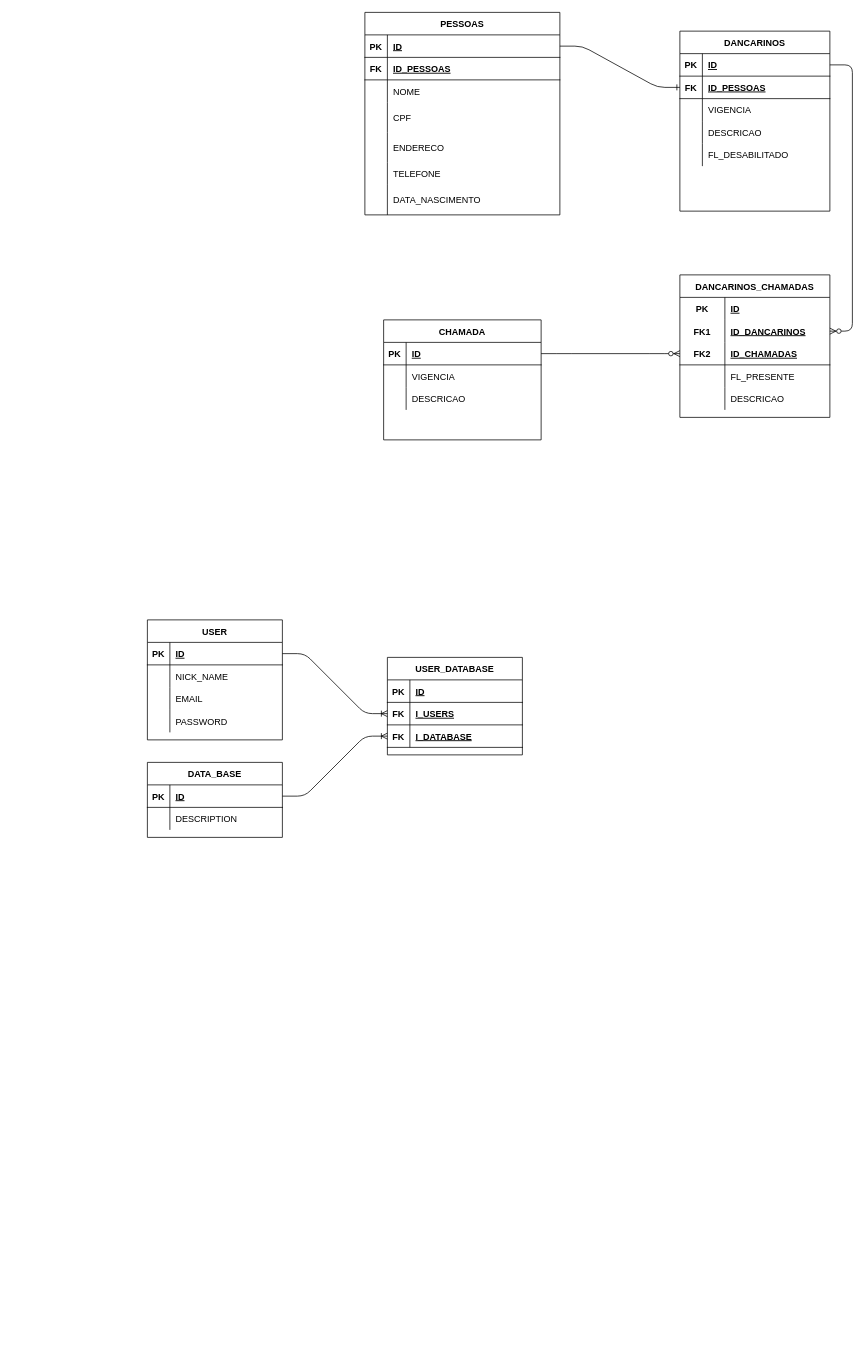
Before: public/SOLUÇÕESWEB.drawio in joseMarciano/valsugana-api, a draw.io diagram. Source tidied: cells renumbered, new cells numbered last; positions are measured from the earlier drawing's top-left corner, leaving out a move shared by most shapes. Both pictures are drawn from the tidied source at 75%, with x=0, y=0 at pixel (147, 12).
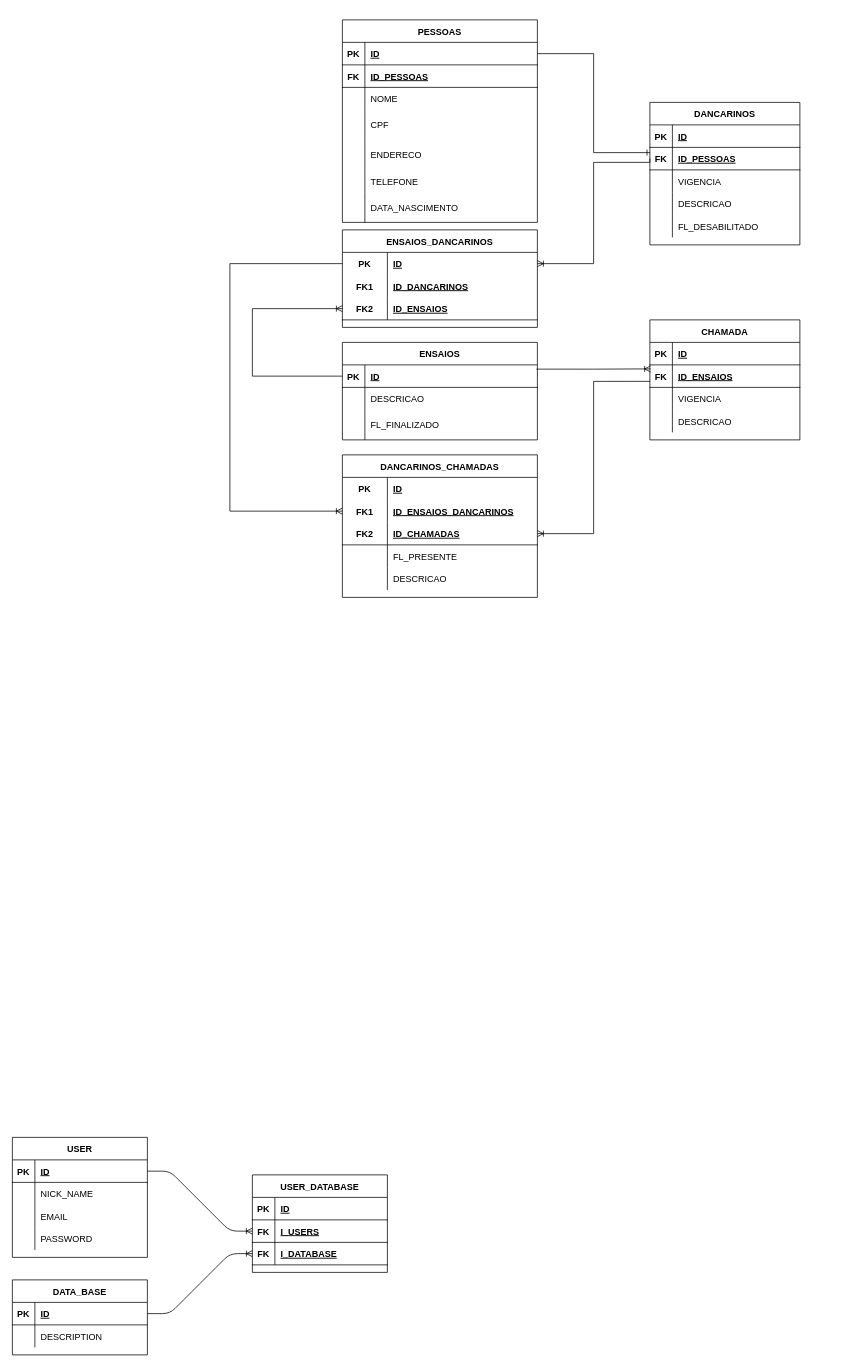
After the change.

The change refers to these unchanged cells:
```xml
<mxCell id="3" style="shape=partialRectangle;fillColor=none;top=0;left=0;bottom=1;right=0;points=[[0,0.5],[1,0.5]];portConstraint=eastwest;" parent="2" vertex="1">
  <mxGeometry y="30" width="260" height="30" as="geometry" />
</mxCell>
<mxCell id="25" style="shape=partialRectangle;fillColor=none;top=0;left=0;bottom=1;right=0;points=[[0,0.5],[1,0.5]];portConstraint=eastwest;" parent="24" vertex="1">
  <mxGeometry y="30" width="200" height="30" as="geometry" />
</mxCell>
<mxCell id="28" style="shape=partialRectangle;fillColor=none;top=0;left=0;bottom=1;right=0;points=[[0,0.5],[1,0.5]];portConstraint=eastwest;" parent="24" vertex="1">
  <mxGeometry y="60" width="200" height="30" as="geometry" />
</mxCell>
```

Change to the diagram source:
```diff
@@
     <mxCell id="2" value="PESSOAS" style="shape=table;startSize=30;childLayout=tableLayout;rowLines=0;fontStyle=1;align=center;" parent="1" vertex="1">
-      <mxGeometry x="290" width="260" height="270" as="geometry" />
+      <mxGeometry x="260" y="10" width="260" height="270" as="geometry" />
     </mxCell>
@@
     <mxCell id="24" value="DANCARINOS" style="shape=table;startSize=30;childLayout=tableLayout;rowLines=0;fontStyle=1;align=center;" parent="1" vertex="1">
-      <mxGeometry x="710" y="25" width="200" height="240" as="geometry" />
+      <mxGeometry x="670" y="120" width="200" height="190" as="geometry" />
     </mxCell>
@@
-    <mxCell id="40" style="edgeStyle=entityRelationEdgeStyle;fontSize=12;html=1;endArrow=ERone;endFill=1;exitX=1;exitY=0.5;exitDx=0;exitDy=0;entryX=0;entryY=0.5;entryDx=0;entryDy=0;" parent="1" edge="1" source="3" target="28">
+    <mxCell id="40" style="edgeStyle=orthogonalEdgeStyle;fontSize=12;html=1;endArrow=ERone;endFill=1;exitX=1;exitY=0.5;exitDx=0;exitDy=0;entryX=0.001;entryY=0.233;entryDx=0;entryDy=0;rounded=0;entryPerimeter=0;" parent="1" edge="1" source="3" target="28">
       <mxGeometry relative="1" as="geometry" />
     </mxCell>
     <mxCell id="41" value="CHAMADA" style="shape=table;startSize=30;childLayout=tableLayout;rowLines=0;fontStyle=1;align=center;" parent="1" vertex="1">
-      <mxGeometry x="315" y="410" width="210" height="160" as="geometry" />
+      <mxGeometry x="670" y="410" width="200" height="160" as="geometry" />
     </mxCell>
     <mxCell id="42" style="shape=partialRectangle;fillColor=none;top=0;left=0;bottom=1;right=0;points=[[0,0.5],[1,0.5]];portConstraint=eastwest;" parent="41" vertex="1">
-      <mxGeometry y="30" width="210" height="30" as="geometry" />
+      <mxGeometry y="30" width="200" height="30" as="geometry" />
     </mxCell>
@@
     <mxCell id="44" value="ID" style="shape=partialRectangle;fillColor=none;top=0;left=0;bottom=0;right=0;align=left;spacingLeft=6;fontStyle=5;overflow=hidden;" parent="42" vertex="1">
-      <mxGeometry x="30" width="180" height="30" as="geometry" />
+      <mxGeometry x="30" width="170" height="30" as="geometry" />
     </mxCell>
+    <mxCell id="101" style="shape=partialRectangle;fillColor=none;top=0;left=0;bottom=1;right=0;points=[[0,0.5],[1,0.5]];portConstraint=eastwest;" parent="41" vertex="1">
+      <mxGeometry y="60" width="200" height="30" as="geometry" />
+    </mxCell>
+    <mxCell id="102" value="FK" style="shape=partialRectangle;fillColor=none;top=0;left=0;bottom=0;right=0;fontStyle=1;overflow=hidden;" parent="101" vertex="1">
+      <mxGeometry width="30" height="30" as="geometry" />
+    </mxCell>
+    <mxCell id="103" value="ID_ENSAIOS" style="shape=partialRectangle;fillColor=none;top=0;left=0;bottom=0;right=0;align=left;spacingLeft=6;fontStyle=5;overflow=hidden;" parent="101" vertex="1">
+      <mxGeometry x="30" width="170" height="30" as="geometry" />
+    </mxCell>
     <mxCell id="45" style="shape=partialRectangle;fillColor=none;top=0;left=0;bottom=0;right=0;" parent="41" vertex="1">
-      <mxGeometry y="60" width="210" height="30" as="geometry" />
+      <mxGeometry y="90" width="200" height="30" as="geometry" />
     </mxCell>
@@
     <mxCell id="47" value="VIGENCIA" style="shape=partialRectangle;fillColor=none;top=0;left=0;bottom=0;right=0;align=left;spacingLeft=6;overflow=hidden;" parent="45" vertex="1">
-      <mxGeometry x="30" width="180" height="30" as="geometry" />
+      <mxGeometry x="30" width="170" height="30" as="geometry" />
     </mxCell>
     <mxCell id="48" style="shape=partialRectangle;fillColor=none;top=0;left=0;bottom=0;right=0;" parent="41" vertex="1">
-      <mxGeometry y="90" width="210" height="30" as="geometry" />
+      <mxGeometry y="120" width="200" height="30" as="geometry" />
     </mxCell>
@@
     <mxCell id="50" value="DESCRICAO" style="shape=partialRectangle;fillColor=none;top=0;left=0;bottom=0;right=0;align=left;spacingLeft=6;overflow=hidden;" parent="48" vertex="1">
-      <mxGeometry x="30" width="180" height="30" as="geometry" />
+      <mxGeometry x="30" width="170" height="30" as="geometry" />
     </mxCell>
     <mxCell id="51" value="DANCARINOS_CHAMADAS" style="shape=table;startSize=30;childLayout=tableLayout;rowLines=0;fontStyle=1;align=center;" parent="1" vertex="1">
-      <mxGeometry x="710" y="350" width="200" height="190" as="geometry" />
+      <mxGeometry x="260" y="590" width="260" height="190" as="geometry" />
     </mxCell>
     <mxCell id="52" style="shape=partialRectangle;fillColor=none;top=0;left=0;bottom=0;right=0;" parent="51" vertex="1">
-      <mxGeometry y="30" width="200" height="30" as="geometry" />
+      <mxGeometry y="30" width="260" height="30" as="geometry" />
     </mxCell>
@@
     <mxCell id="54" value="ID" style="shape=partialRectangle;fillColor=none;top=0;left=0;bottom=0;right=0;align=left;spacingLeft=6;fontStyle=5;overflow=hidden;" parent="52" vertex="1">
-      <mxGeometry x="60" width="140" height="30" as="geometry" />
+      <mxGeometry x="60" width="200" height="30" as="geometry" />
     </mxCell>
     <mxCell id="55" style="shape=partialRectangle;fillColor=none;top=0;left=0;bottom=0;right=0;points=[[0,0.5],[1,0.5]];portConstraint=eastwest;" parent="51" vertex="1">
-      <mxGeometry y="60" width="200" height="30" as="geometry" />
+      <mxGeometry y="60" width="260" height="30" as="geometry" />
     </mxCell>
@@
-    <mxCell id="57" value="ID_DANCARINOS" style="shape=partialRectangle;fillColor=none;top=0;left=0;bottom=0;right=0;align=left;spacingLeft=6;fontStyle=5;overflow=hidden;" parent="55" vertex="1">
-      <mxGeometry x="60" width="140" height="30" as="geometry" />
+    <mxCell id="57" value="ID_ENSAIOS_DANCARINOS" style="shape=partialRectangle;fillColor=none;top=0;left=0;bottom=0;right=0;align=left;spacingLeft=6;fontStyle=5;overflow=hidden;" parent="55" vertex="1">
+      <mxGeometry x="60" width="200" height="30" as="geometry" />
     </mxCell>
     <mxCell id="58" style="shape=partialRectangle;fillColor=none;top=0;left=0;bottom=1;right=0;points=[[0,0.5],[1,0.5]];portConstraint=eastwest;" parent="51" vertex="1">
-      <mxGeometry y="90" width="200" height="30" as="geometry" />
+      <mxGeometry y="90" width="260" height="30" as="geometry" />
     </mxCell>
@@
     <mxCell id="60" value="ID_CHAMADAS" style="shape=partialRectangle;fillColor=none;top=0;left=0;bottom=0;right=0;align=left;spacingLeft=6;fontStyle=5;overflow=hidden;" parent="58" vertex="1">
-      <mxGeometry x="60" width="140" height="30" as="geometry" />
+      <mxGeometry x="60" width="200" height="30" as="geometry" />
     </mxCell>
     <mxCell id="61" style="shape=partialRectangle;fillColor=none;top=0;left=0;bottom=0;right=0;" parent="51" vertex="1">
-      <mxGeometry y="120" width="200" height="30" as="geometry" />
+      <mxGeometry y="120" width="260" height="30" as="geometry" />
     </mxCell>
@@
     <mxCell id="63" value="FL_PRESENTE" style="shape=partialRectangle;fillColor=none;top=0;left=0;bottom=0;right=0;align=left;spacingLeft=6;overflow=hidden;" parent="61" vertex="1">
-      <mxGeometry x="60" width="140" height="30" as="geometry" />
+      <mxGeometry x="60" width="200" height="30" as="geometry" />
     </mxCell>
     <mxCell id="64" style="shape=partialRectangle;fillColor=none;top=0;left=0;bottom=0;right=0;" parent="51" vertex="1">
-      <mxGeometry y="150" width="200" height="30" as="geometry" />
+      <mxGeometry y="150" width="260" height="30" as="geometry" />
     </mxCell>
@@
     <mxCell id="66" value="DESCRICAO" style="shape=partialRectangle;fillColor=none;top=0;left=0;bottom=0;right=0;align=left;spacingLeft=6;overflow=hidden;" parent="64" vertex="1">
-      <mxGeometry x="60" width="140" height="30" as="geometry" />
+      <mxGeometry x="60" width="200" height="30" as="geometry" />
     </mxCell>
-    <mxCell id="67" style="edgeStyle=entityRelationEdgeStyle;fontSize=12;html=1;endArrow=ERzeroToMany;endFill=1;exitX=1;exitY=0.5;exitDx=0;exitDy=0;" parent="1" edge="1" source="25" target="55">
-      <mxGeometry relative="1" as="geometry" />
-    </mxCell>
-    <mxCell id="68" style="edgeStyle=entityRelationEdgeStyle;fontSize=12;html=1;endArrow=ERzeroToMany;endFill=1;exitX=1;exitY=0.5;exitDx=0;exitDy=0;entryX=0;entryY=0.5;entryDx=0;entryDy=0;" parent="1" edge="1" source="42" target="58">
-      <mxGeometry relative="1" as="geometry" />
-    </mxCell>
     <mxCell id="69" value="USER" style="shape=table;startSize=30;childLayout=tableLayout;rowLines=0;fontStyle=1;align=center;" parent="1" vertex="1">
-      <mxGeometry y="810" width="180" height="160" as="geometry" />
+      <mxGeometry x="-180" y="1500" width="180" height="160" as="geometry" />
     </mxCell>
@@
     <mxCell id="82" value="DATA_BASE" style="shape=table;startSize=30;childLayout=tableLayout;rowLines=0;fontStyle=1;align=center;" parent="1" vertex="1">
-      <mxGeometry y="1000" width="180" height="100" as="geometry" />
+      <mxGeometry x="-180" y="1690" width="180" height="100" as="geometry" />
     </mxCell>
@@
     <mxCell id="89" value="USER_DATABASE" style="shape=table;startSize=30;childLayout=tableLayout;rowLines=0;fontStyle=1;align=center;" parent="1" vertex="1">
-      <mxGeometry x="320" y="860" width="180" height="130" as="geometry" />
+      <mxGeometry x="140" y="1550" width="180" height="130" as="geometry" />
     </mxCell>
@@
+    <mxCell id="104" value="ENSAIOS" style="shape=table;startSize=30;childLayout=tableLayout;rowLines=0;fontStyle=1;align=center;" parent="1" vertex="1">
+      <mxGeometry x="260" y="440" width="260" height="130" as="geometry" />
+    </mxCell>
+    <mxCell id="105" style="shape=partialRectangle;fillColor=none;top=0;left=0;bottom=1;right=0;points=[[0,0.5],[1,0.5]];portConstraint=eastwest;" parent="104" vertex="1">
+      <mxGeometry y="30" width="260" height="30" as="geometry" />
+    </mxCell>
+    <mxCell id="106" value="PK" style="shape=partialRectangle;fillColor=none;top=0;left=0;bottom=0;right=0;fontStyle=1;overflow=hidden;" parent="105" vertex="1">
+      <mxGeometry width="30" height="30" as="geometry" />
+    </mxCell>
+    <mxCell id="107" value="ID" style="shape=partialRectangle;fillColor=none;top=0;left=0;bottom=0;right=0;align=left;spacingLeft=6;fontStyle=5;overflow=hidden;" parent="105" vertex="1">
+      <mxGeometry x="30" width="230" height="30" as="geometry" />
+    </mxCell>
+    <mxCell id="108" style="shape=partialRectangle;fillColor=none;top=0;left=0;bottom=0;right=0;" parent="104" vertex="1">
+      <mxGeometry y="60" width="260" height="30" as="geometry" />
+    </mxCell>
+    <mxCell id="109" style="shape=partialRectangle;fillColor=none;top=0;left=0;bottom=0;right=0;overflow=hidden;" parent="108" vertex="1">
+      <mxGeometry width="30" height="30" as="geometry" />
+    </mxCell>
+    <mxCell id="110" value="DESCRICAO" style="shape=partialRectangle;fillColor=none;top=0;left=0;bottom=0;right=0;align=left;spacingLeft=6;overflow=hidden;" parent="108" vertex="1">
+      <mxGeometry x="30" width="230" height="30" as="geometry" />
+    </mxCell>
+    <mxCell id="111" style="shape=partialRectangle;fillColor=none;top=0;left=0;bottom=0;right=0;" parent="104" vertex="1">
+      <mxGeometry y="90" width="260" height="40" as="geometry" />
+    </mxCell>
+    <mxCell id="112" style="shape=partialRectangle;fillColor=none;top=0;left=0;bottom=0;right=0;overflow=hidden;" parent="111" vertex="1">
+      <mxGeometry width="30" height="40" as="geometry" />
+    </mxCell>
+    <mxCell id="113" value="FL_FINALIZADO" style="shape=partialRectangle;fillColor=none;top=0;left=0;bottom=0;right=0;align=left;spacingLeft=6;overflow=hidden;" parent="111" vertex="1">
+      <mxGeometry x="30" width="230" height="40" as="geometry" />
+    </mxCell>
+    <mxCell id="114" value="ENSAIOS_DANCARINOS" style="shape=table;startSize=30;childLayout=tableLayout;rowLines=0;fontStyle=1;align=center;" parent="1" vertex="1">
+      <mxGeometry x="260" y="290" width="260" height="130" as="geometry" />
+    </mxCell>
+    <mxCell id="115" style="shape=partialRectangle;fillColor=none;top=0;left=0;bottom=0;right=0;points=[[0,0.5],[1,0.5]];portConstraint=eastwest;" parent="114" vertex="1">
+      <mxGeometry y="30" width="260" height="30" as="geometry" />
+    </mxCell>
+    <mxCell id="116" value="PK" style="shape=partialRectangle;fillColor=none;top=0;left=0;bottom=0;right=0;fontStyle=1;overflow=hidden;" parent="115" vertex="1">
+      <mxGeometry width="60" height="30" as="geometry" />
+    </mxCell>
+    <mxCell id="117" value="ID" style="shape=partialRectangle;fillColor=none;top=0;left=0;bottom=0;right=0;align=left;spacingLeft=6;fontStyle=5;overflow=hidden;" parent="115" vertex="1">
+      <mxGeometry x="60" width="200" height="30" as="geometry" />
+    </mxCell>
+    <mxCell id="118" style="shape=partialRectangle;fillColor=none;top=0;left=0;bottom=0;right=0;" parent="114" vertex="1">
+      <mxGeometry y="60" width="260" height="30" as="geometry" />
+    </mxCell>
+    <mxCell id="119" value="FK1" style="shape=partialRectangle;fillColor=none;top=0;left=0;bottom=0;right=0;fontStyle=1;overflow=hidden;" parent="118" vertex="1">
+      <mxGeometry width="60" height="30" as="geometry" />
+    </mxCell>
+    <mxCell id="120" value="ID_DANCARINOS" style="shape=partialRectangle;fillColor=none;top=0;left=0;bottom=0;right=0;align=left;spacingLeft=6;fontStyle=5;overflow=hidden;" parent="118" vertex="1">
+      <mxGeometry x="60" width="200" height="30" as="geometry" />
+    </mxCell>
+    <mxCell id="121" style="shape=partialRectangle;fillColor=none;top=0;left=0;bottom=1;right=0;points=[[0,0.5],[1,0.5]];portConstraint=eastwest;" parent="114" vertex="1">
+      <mxGeometry y="90" width="260" height="30" as="geometry" />
+    </mxCell>
+    <mxCell id="122" value="FK2" style="shape=partialRectangle;fillColor=none;top=0;left=0;bottom=0;right=0;fontStyle=1;overflow=hidden;" parent="121" vertex="1">
+      <mxGeometry width="60" height="30" as="geometry" />
+    </mxCell>
+    <mxCell id="123" value="ID_ENSAIOS" style="shape=partialRectangle;fillColor=none;top=0;left=0;bottom=0;right=0;align=left;spacingLeft=6;fontStyle=5;overflow=hidden;" parent="121" vertex="1">
+      <mxGeometry x="60" width="200" height="30" as="geometry" />
+    </mxCell>
+    <mxCell id="124" style="edgeStyle=elbowEdgeStyle;fontSize=12;html=1;endArrow=ERoneToMany;exitX=0;exitY=0.5;exitDx=0;exitDy=0;entryX=0;entryY=0.5;entryDx=0;entryDy=0;rounded=0;" parent="1" edge="1" source="105" target="121">
+      <mxGeometry relative="1" as="geometry">
+        <Array as="points">
+          <mxPoint x="140" y="470" />
+        </Array>
+      </mxGeometry>
+    </mxCell>
+    <mxCell id="125" style="edgeStyle=orthogonalEdgeStyle;fontSize=12;html=1;endArrow=ERoneToMany;entryX=1;entryY=0.5;entryDx=0;entryDy=0;exitX=0;exitY=0.5;exitDx=0;exitDy=0;rounded=0;" parent="1" edge="1" source="28" target="115">
+      <mxGeometry relative="1" as="geometry">
+        <Array as="points">
+          <mxPoint x="670" y="200" />
+          <mxPoint x="595" y="200" />
+          <mxPoint x="595" y="335" />
+        </Array>
+      </mxGeometry>
+    </mxCell>
+    <mxCell id="126" style="edgeStyle=orthogonalEdgeStyle;fontSize=12;html=1;endArrow=ERoneToMany;exitX=0.995;exitY=0.189;exitDx=0;exitDy=0;entryX=0.005;entryY=0.178;entryDx=0;entryDy=0;entryPerimeter=0;exitPerimeter=0;" parent="1" edge="1" source="105" target="101">
+      <mxGeometry relative="1" as="geometry" />
+    </mxCell>
+    <mxCell id="127" style="edgeStyle=orthogonalEdgeStyle;fontSize=12;html=1;endArrow=ERoneToMany;exitX=0.002;exitY=0.733;exitDx=0;exitDy=0;exitPerimeter=0;rounded=0;entryX=1;entryY=0.5;entryDx=0;entryDy=0;" parent="1" edge="1" source="101" target="58">
+      <mxGeometry relative="1" as="geometry" />
+    </mxCell>
+    <mxCell id="128" style="edgeStyle=orthogonalEdgeStyle;fontSize=12;html=1;endArrow=ERoneToMany;entryX=0;entryY=0.5;entryDx=0;entryDy=0;exitX=0;exitY=0.5;exitDx=0;exitDy=0;rounded=0;" parent="1" edge="1" source="115" target="55">
+      <mxGeometry relative="1" as="geometry">
+        <Array as="points">
+          <mxPoint x="110" y="335" />
+          <mxPoint x="110" y="665" />
+        </Array>
+      </mxGeometry>
+    </mxCell>
```
